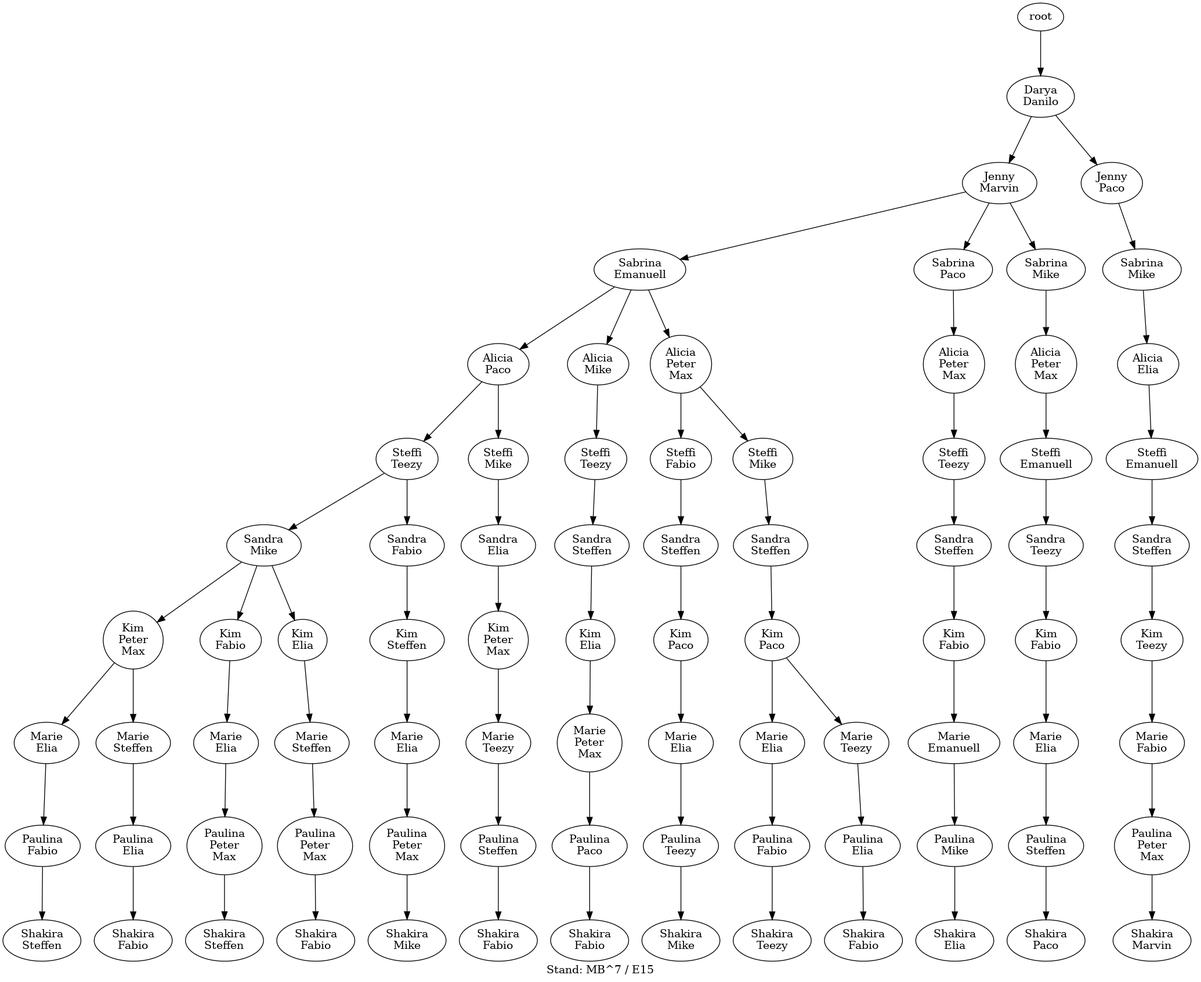
This is s03r/s03r.png from atticus-sullivan/sim-ayto, a Graphviz export, as it was before one commit. Its source is kept beside it as s03r/s03r.dot.
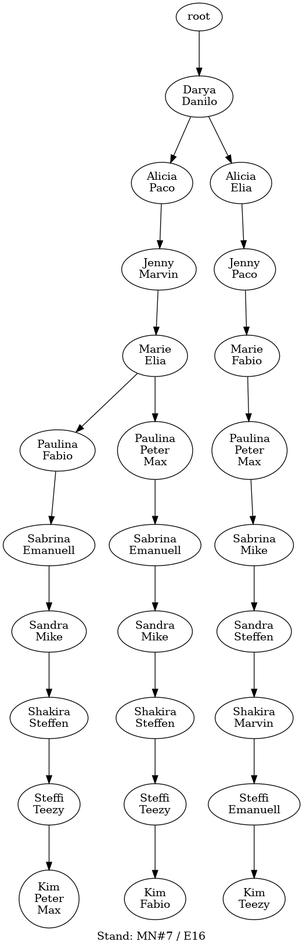
After the commit.

The edit, as a diff of the source:
```diff
@@ -1,162 +1,52 @@
-digraph D { labelloc="b"; label="Stand: MB^7 / E15"; ranksep=0.8;
+digraph D { labelloc="b"; label="Stand: MN#7 / E16"; ranksep=0.8;
 "root/0"[label="Darya\nDanilo"]
 "root" -> "root/0";
-"root/0/4"[label="Jenny\nMarvin"]
-"root/0" -> "root/0/4";
-"root/0/4/2"[label="Sabrina\nEmanuell"]
-"root/0/4" -> "root/0/4/2";
-"root/0/4/2/6"[label="Alicia\nPaco"]
-"root/0/4/2" -> "root/0/4/2/6";
-"root/0/4/2/6/9"[label="Steffi\nTeezy"]
-"root/0/4/2/6" -> "root/0/4/2/6/9";
-"root/0/4/2/6/9/5"[label="Sandra\nMike"]
-"root/0/4/2/6/9" -> "root/0/4/2/6/9/5";
-"root/0/4/2/6/9/5/7,10"[label="Kim\nPeter\nMax"]
-"root/0/4/2/6/9/5" -> "root/0/4/2/6/9/5/7,10";
-"root/0/4/2/6/9/5/7,10/1"[label="Marie\nElia"]
-"root/0/4/2/6/9/5/7,10" -> "root/0/4/2/6/9/5/7,10/1";
-"root/0/4/2/6/9/5/7,10/1/3"[label="Paulina\nFabio"]
-"root/0/4/2/6/9/5/7,10/1" -> "root/0/4/2/6/9/5/7,10/1/3";
-"root/0/4/2/6/9/5/7,10/1/3/8"[label="Shakira\nSteffen"]
-"root/0/4/2/6/9/5/7,10/1/3" -> "root/0/4/2/6/9/5/7,10/1/3/8";
-"root/0/4/2/6/9/5/3"[label="Kim\nFabio"]
-"root/0/4/2/6/9/5" -> "root/0/4/2/6/9/5/3";
-"root/0/4/2/6/9/5/3/1"[label="Marie\nElia"]
-"root/0/4/2/6/9/5/3" -> "root/0/4/2/6/9/5/3/1";
-"root/0/4/2/6/9/5/3/1/7,10"[label="Paulina\nPeter\nMax"]
-"root/0/4/2/6/9/5/3/1" -> "root/0/4/2/6/9/5/3/1/7,10";
-"root/0/4/2/6/9/5/3/1/7,10/8"[label="Shakira\nSteffen"]
-"root/0/4/2/6/9/5/3/1/7,10" -> "root/0/4/2/6/9/5/3/1/7,10/8";
-"root/0/4/2/6/9/3"[label="Sandra\nFabio"]
-"root/0/4/2/6/9" -> "root/0/4/2/6/9/3";
-"root/0/4/2/6/9/3/8"[label="Kim\nSteffen"]
-"root/0/4/2/6/9/3" -> "root/0/4/2/6/9/3/8";
-"root/0/4/2/6/9/3/8/1"[label="Marie\nElia"]
-"root/0/4/2/6/9/3/8" -> "root/0/4/2/6/9/3/8/1";
-"root/0/4/2/6/9/3/8/1/7,10"[label="Paulina\nPeter\nMax"]
-"root/0/4/2/6/9/3/8/1" -> "root/0/4/2/6/9/3/8/1/7,10";
-"root/0/4/2/6/9/3/8/1/7,10/5"[label="Shakira\nMike"]
-"root/0/4/2/6/9/3/8/1/7,10" -> "root/0/4/2/6/9/3/8/1/7,10/5";
-"root/0/4/2/6/9/5/1"[label="Kim\nElia"]
-"root/0/4/2/6/9/5" -> "root/0/4/2/6/9/5/1";
-"root/0/4/2/6/9/5/1/8"[label="Marie\nSteffen"]
-"root/0/4/2/6/9/5/1" -> "root/0/4/2/6/9/5/1/8";
-"root/0/4/2/6/9/5/1/8/7,10"[label="Paulina\nPeter\nMax"]
-"root/0/4/2/6/9/5/1/8" -> "root/0/4/2/6/9/5/1/8/7,10";
-"root/0/4/2/6/9/5/1/8/7,10/3"[label="Shakira\nFabio"]
-"root/0/4/2/6/9/5/1/8/7,10" -> "root/0/4/2/6/9/5/1/8/7,10/3";
-"root/0/4/2/6/9/5/7,10/8"[label="Marie\nSteffen"]
-"root/0/4/2/6/9/5/7,10" -> "root/0/4/2/6/9/5/7,10/8";
-"root/0/4/2/6/9/5/7,10/8/1"[label="Paulina\nElia"]
-"root/0/4/2/6/9/5/7,10/8" -> "root/0/4/2/6/9/5/7,10/8/1";
-"root/0/4/2/6/9/5/7,10/8/1/3"[label="Shakira\nFabio"]
-"root/0/4/2/6/9/5/7,10/8/1" -> "root/0/4/2/6/9/5/7,10/8/1/3";
-"root/0/4/2/5"[label="Alicia\nMike"]
-"root/0/4/2" -> "root/0/4/2/5";
-"root/0/4/2/5/9"[label="Steffi\nTeezy"]
-"root/0/4/2/5" -> "root/0/4/2/5/9";
-"root/0/4/2/5/9/8"[label="Sandra\nSteffen"]
-"root/0/4/2/5/9" -> "root/0/4/2/5/9/8";
-"root/0/4/2/5/9/8/1"[label="Kim\nElia"]
-"root/0/4/2/5/9/8" -> "root/0/4/2/5/9/8/1";
-"root/0/4/2/5/9/8/1/7,10"[label="Marie\nPeter\nMax"]
-"root/0/4/2/5/9/8/1" -> "root/0/4/2/5/9/8/1/7,10";
-"root/0/4/2/5/9/8/1/7,10/6"[label="Paulina\nPaco"]
-"root/0/4/2/5/9/8/1/7,10" -> "root/0/4/2/5/9/8/1/7,10/6";
-"root/0/4/2/5/9/8/1/7,10/6/3"[label="Shakira\nFabio"]
-"root/0/4/2/5/9/8/1/7,10/6" -> "root/0/4/2/5/9/8/1/7,10/6/3";
-"root/0/4/6"[label="Sabrina\nPaco"]
-"root/0/4" -> "root/0/4/6";
-"root/0/4/6/7,10"[label="Alicia\nPeter\nMax"]
-"root/0/4/6" -> "root/0/4/6/7,10";
-"root/0/4/6/7,10/9"[label="Steffi\nTeezy"]
-"root/0/4/6/7,10" -> "root/0/4/6/7,10/9";
-"root/0/4/6/7,10/9/8"[label="Sandra\nSteffen"]
-"root/0/4/6/7,10/9" -> "root/0/4/6/7,10/9/8";
-"root/0/4/6/7,10/9/8/3"[label="Kim\nFabio"]
-"root/0/4/6/7,10/9/8" -> "root/0/4/6/7,10/9/8/3";
-"root/0/4/6/7,10/9/8/3/2"[label="Marie\nEmanuell"]
-"root/0/4/6/7,10/9/8/3" -> "root/0/4/6/7,10/9/8/3/2";
-"root/0/4/6/7,10/9/8/3/2/5"[label="Paulina\nMike"]
-"root/0/4/6/7,10/9/8/3/2" -> "root/0/4/6/7,10/9/8/3/2/5";
-"root/0/4/6/7,10/9/8/3/2/5/1"[label="Shakira\nElia"]
-"root/0/4/6/7,10/9/8/3/2/5" -> "root/0/4/6/7,10/9/8/3/2/5/1";
-"root/0/6"[label="Jenny\nPaco"]
+"root/0/6"[label="Alicia\nPaco"]
 "root/0" -> "root/0/6";
-"root/0/6/5"[label="Sabrina\nMike"]
-"root/0/6" -> "root/0/6/5";
-"root/0/6/5/1"[label="Alicia\nElia"]
-"root/0/6/5" -> "root/0/6/5/1";
-"root/0/6/5/1/2"[label="Steffi\nEmanuell"]
-"root/0/6/5/1" -> "root/0/6/5/1/2";
-"root/0/6/5/1/2/8"[label="Sandra\nSteffen"]
-"root/0/6/5/1/2" -> "root/0/6/5/1/2/8";
-"root/0/6/5/1/2/8/9"[label="Kim\nTeezy"]
-"root/0/6/5/1/2/8" -> "root/0/6/5/1/2/8/9";
-"root/0/6/5/1/2/8/9/3"[label="Marie\nFabio"]
-"root/0/6/5/1/2/8/9" -> "root/0/6/5/1/2/8/9/3";
-"root/0/6/5/1/2/8/9/3/7,10"[label="Paulina\nPeter\nMax"]
-"root/0/6/5/1/2/8/9/3" -> "root/0/6/5/1/2/8/9/3/7,10";
-"root/0/6/5/1/2/8/9/3/7,10/4"[label="Shakira\nMarvin"]
-"root/0/6/5/1/2/8/9/3/7,10" -> "root/0/6/5/1/2/8/9/3/7,10/4";
-"root/0/4/5"[label="Sabrina\nMike"]
-"root/0/4" -> "root/0/4/5";
-"root/0/4/5/7,10"[label="Alicia\nPeter\nMax"]
-"root/0/4/5" -> "root/0/4/5/7,10";
-"root/0/4/5/7,10/2"[label="Steffi\nEmanuell"]
-"root/0/4/5/7,10" -> "root/0/4/5/7,10/2";
-"root/0/4/5/7,10/2/9"[label="Sandra\nTeezy"]
-"root/0/4/5/7,10/2" -> "root/0/4/5/7,10/2/9";
-"root/0/4/5/7,10/2/9/3"[label="Kim\nFabio"]
-"root/0/4/5/7,10/2/9" -> "root/0/4/5/7,10/2/9/3";
-"root/0/4/5/7,10/2/9/3/1"[label="Marie\nElia"]
-"root/0/4/5/7,10/2/9/3" -> "root/0/4/5/7,10/2/9/3/1";
-"root/0/4/5/7,10/2/9/3/1/8"[label="Paulina\nSteffen"]
-"root/0/4/5/7,10/2/9/3/1" -> "root/0/4/5/7,10/2/9/3/1/8";
-"root/0/4/5/7,10/2/9/3/1/8/6"[label="Shakira\nPaco"]
-"root/0/4/5/7,10/2/9/3/1/8" -> "root/0/4/5/7,10/2/9/3/1/8/6";
-"root/0/4/2/7,10"[label="Alicia\nPeter\nMax"]
-"root/0/4/2" -> "root/0/4/2/7,10";
-"root/0/4/2/7,10/3"[label="Steffi\nFabio"]
-"root/0/4/2/7,10" -> "root/0/4/2/7,10/3";
-"root/0/4/2/7,10/3/8"[label="Sandra\nSteffen"]
-"root/0/4/2/7,10/3" -> "root/0/4/2/7,10/3/8";
-"root/0/4/2/7,10/3/8/6"[label="Kim\nPaco"]
-"root/0/4/2/7,10/3/8" -> "root/0/4/2/7,10/3/8/6";
-"root/0/4/2/7,10/3/8/6/1"[label="Marie\nElia"]
-"root/0/4/2/7,10/3/8/6" -> "root/0/4/2/7,10/3/8/6/1";
-"root/0/4/2/7,10/3/8/6/1/9"[label="Paulina\nTeezy"]
-"root/0/4/2/7,10/3/8/6/1" -> "root/0/4/2/7,10/3/8/6/1/9";
-"root/0/4/2/7,10/3/8/6/1/9/5"[label="Shakira\nMike"]
-"root/0/4/2/7,10/3/8/6/1/9" -> "root/0/4/2/7,10/3/8/6/1/9/5";
-"root/0/4/2/7,10/5"[label="Steffi\nMike"]
-"root/0/4/2/7,10" -> "root/0/4/2/7,10/5";
-"root/0/4/2/7,10/5/8"[label="Sandra\nSteffen"]
-"root/0/4/2/7,10/5" -> "root/0/4/2/7,10/5/8";
-"root/0/4/2/7,10/5/8/6"[label="Kim\nPaco"]
-"root/0/4/2/7,10/5/8" -> "root/0/4/2/7,10/5/8/6";
-"root/0/4/2/7,10/5/8/6/1"[label="Marie\nElia"]
-"root/0/4/2/7,10/5/8/6" -> "root/0/4/2/7,10/5/8/6/1";
-"root/0/4/2/7,10/5/8/6/1/3"[label="Paulina\nFabio"]
-"root/0/4/2/7,10/5/8/6/1" -> "root/0/4/2/7,10/5/8/6/1/3";
-"root/0/4/2/7,10/5/8/6/1/3/9"[label="Shakira\nTeezy"]
-"root/0/4/2/7,10/5/8/6/1/3" -> "root/0/4/2/7,10/5/8/6/1/3/9";
-"root/0/4/2/7,10/5/8/6/9"[label="Marie\nTeezy"]
-"root/0/4/2/7,10/5/8/6" -> "root/0/4/2/7,10/5/8/6/9";
-"root/0/4/2/7,10/5/8/6/9/1"[label="Paulina\nElia"]
-"root/0/4/2/7,10/5/8/6/9" -> "root/0/4/2/7,10/5/8/6/9/1";
-"root/0/4/2/7,10/5/8/6/9/1/3"[label="Shakira\nFabio"]
-"root/0/4/2/7,10/5/8/6/9/1" -> "root/0/4/2/7,10/5/8/6/9/1/3";
-"root/0/4/2/6/5"[label="Steffi\nMike"]
-"root/0/4/2/6" -> "root/0/4/2/6/5";
-"root/0/4/2/6/5/1"[label="Sandra\nElia"]
-"root/0/4/2/6/5" -> "root/0/4/2/6/5/1";
-"root/0/4/2/6/5/1/7,10"[label="Kim\nPeter\nMax"]
-"root/0/4/2/6/5/1" -> "root/0/4/2/6/5/1/7,10";
-"root/0/4/2/6/5/1/7,10/9"[label="Marie\nTeezy"]
-"root/0/4/2/6/5/1/7,10" -> "root/0/4/2/6/5/1/7,10/9";
-"root/0/4/2/6/5/1/7,10/9/8"[label="Paulina\nSteffen"]
-"root/0/4/2/6/5/1/7,10/9" -> "root/0/4/2/6/5/1/7,10/9/8";
-"root/0/4/2/6/5/1/7,10/9/8/3"[label="Shakira\nFabio"]
-"root/0/4/2/6/5/1/7,10/9/8" -> "root/0/4/2/6/5/1/7,10/9/8/3";
+"root/0/6/4"[label="Jenny\nMarvin"]
+"root/0/6" -> "root/0/6/4";
+"root/0/6/4/1"[label="Marie\nElia"]
+"root/0/6/4" -> "root/0/6/4/1";
+"root/0/6/4/1/3"[label="Paulina\nFabio"]
+"root/0/6/4/1" -> "root/0/6/4/1/3";
+"root/0/6/4/1/3/2"[label="Sabrina\nEmanuell"]
+"root/0/6/4/1/3" -> "root/0/6/4/1/3/2";
+"root/0/6/4/1/3/2/5"[label="Sandra\nMike"]
+"root/0/6/4/1/3/2" -> "root/0/6/4/1/3/2/5";
+"root/0/6/4/1/3/2/5/8"[label="Shakira\nSteffen"]
+"root/0/6/4/1/3/2/5" -> "root/0/6/4/1/3/2/5/8";
+"root/0/6/4/1/3/2/5/8/9"[label="Steffi\nTeezy"]
+"root/0/6/4/1/3/2/5/8" -> "root/0/6/4/1/3/2/5/8/9";
+"root/0/6/4/1/3/2/5/8/9/7,10"[label="Kim\nPeter\nMax"]
+"root/0/6/4/1/3/2/5/8/9" -> "root/0/6/4/1/3/2/5/8/9/7,10";
+"root/0/6/4/1/7,10"[label="Paulina\nPeter\nMax"]
+"root/0/6/4/1" -> "root/0/6/4/1/7,10";
+"root/0/6/4/1/7,10/2"[label="Sabrina\nEmanuell"]
+"root/0/6/4/1/7,10" -> "root/0/6/4/1/7,10/2";
+"root/0/6/4/1/7,10/2/5"[label="Sandra\nMike"]
+"root/0/6/4/1/7,10/2" -> "root/0/6/4/1/7,10/2/5";
+"root/0/6/4/1/7,10/2/5/8"[label="Shakira\nSteffen"]
+"root/0/6/4/1/7,10/2/5" -> "root/0/6/4/1/7,10/2/5/8";
+"root/0/6/4/1/7,10/2/5/8/9"[label="Steffi\nTeezy"]
+"root/0/6/4/1/7,10/2/5/8" -> "root/0/6/4/1/7,10/2/5/8/9";
+"root/0/6/4/1/7,10/2/5/8/9/3"[label="Kim\nFabio"]
+"root/0/6/4/1/7,10/2/5/8/9" -> "root/0/6/4/1/7,10/2/5/8/9/3";
+"root/0/1"[label="Alicia\nElia"]
+"root/0" -> "root/0/1";
+"root/0/1/6"[label="Jenny\nPaco"]
+"root/0/1" -> "root/0/1/6";
+"root/0/1/6/3"[label="Marie\nFabio"]
+"root/0/1/6" -> "root/0/1/6/3";
+"root/0/1/6/3/7,10"[label="Paulina\nPeter\nMax"]
+"root/0/1/6/3" -> "root/0/1/6/3/7,10";
+"root/0/1/6/3/7,10/5"[label="Sabrina\nMike"]
+"root/0/1/6/3/7,10" -> "root/0/1/6/3/7,10/5";
+"root/0/1/6/3/7,10/5/8"[label="Sandra\nSteffen"]
+"root/0/1/6/3/7,10/5" -> "root/0/1/6/3/7,10/5/8";
+"root/0/1/6/3/7,10/5/8/4"[label="Shakira\nMarvin"]
+"root/0/1/6/3/7,10/5/8" -> "root/0/1/6/3/7,10/5/8/4";
+"root/0/1/6/3/7,10/5/8/4/2"[label="Steffi\nEmanuell"]
+"root/0/1/6/3/7,10/5/8/4" -> "root/0/1/6/3/7,10/5/8/4/2";
+"root/0/1/6/3/7,10/5/8/4/2/9"[label="Kim\nTeezy"]
+"root/0/1/6/3/7,10/5/8/4/2" -> "root/0/1/6/3/7,10/5/8/4/2/9";
 }
```
